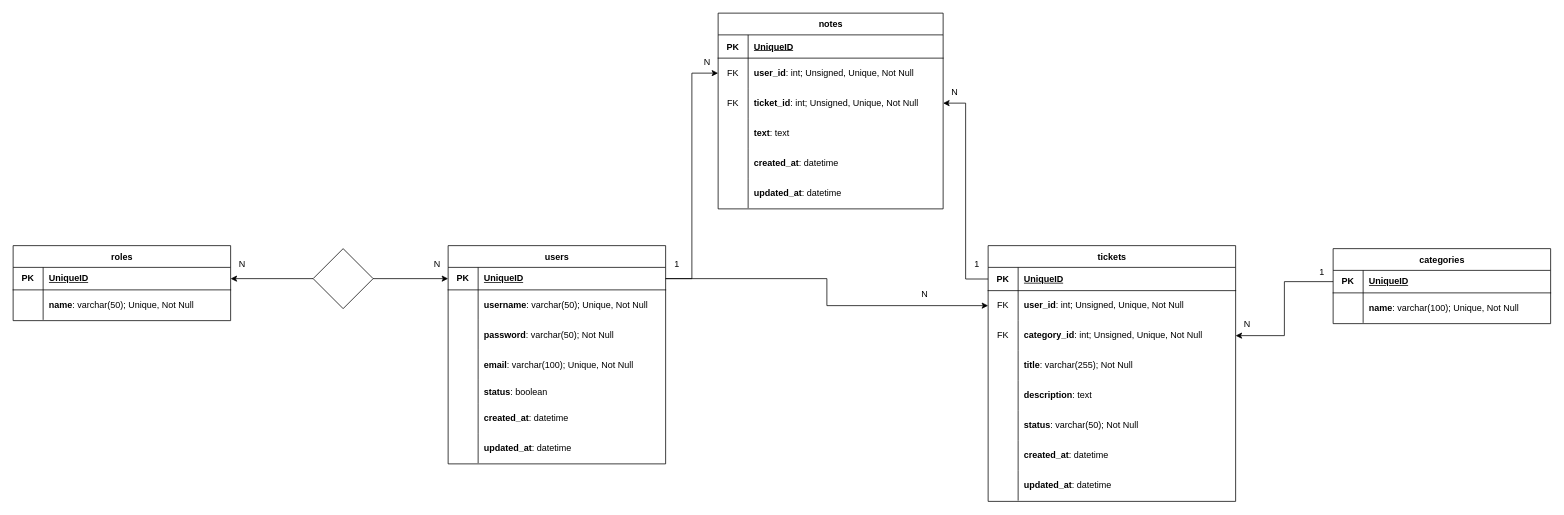
giogiosgr/ticket-platform keeps this draw.io diagram as ticket-platform.drawio. Above is the earlier version. Source tidied: cells renumbered, new cells numbered last; positions are measured from the earlier drawing's top-left corner, leaving out a move shared by most shapes. Both pictures are drawn from the tidied source at 75%, with x=0, y=0 at pixel (13, 13).
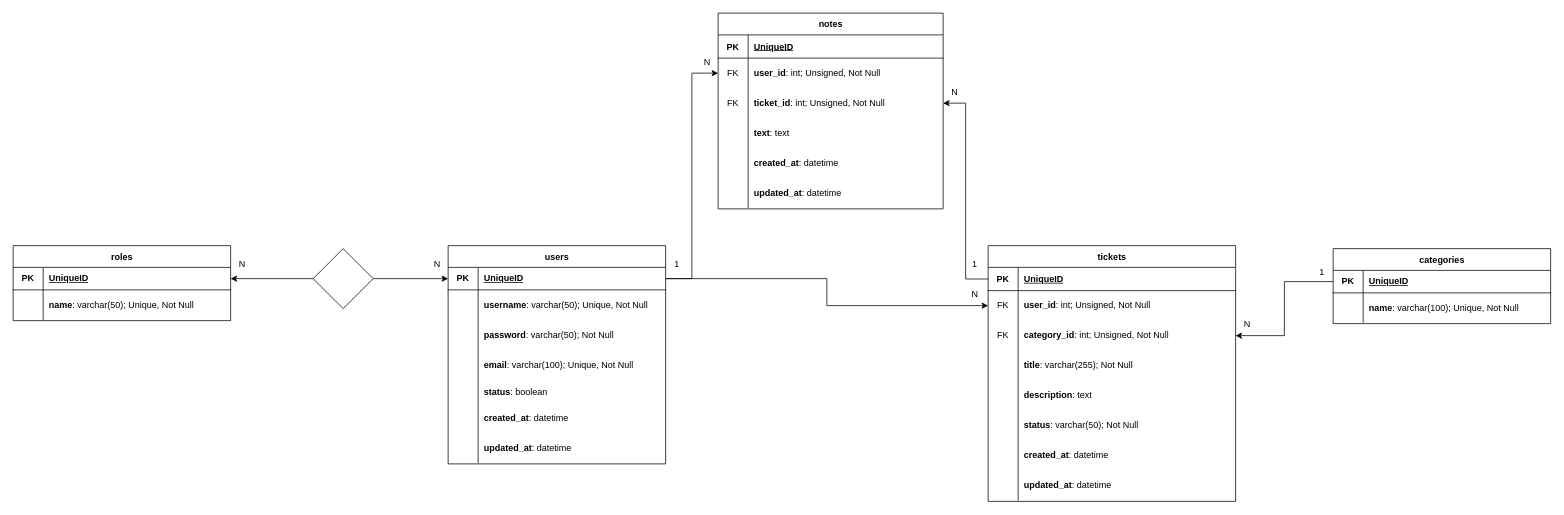
After the change.

Unchanged cells that the change refers to:
```xml
<mxCell id="28" style="shape=tableRow;horizontal=0;startSize=0;swimlaneHead=0;swimlaneBody=0;fillColor=none;points=[[0,0.5],[1,0.5]];portConstraint=eastwest;top=0;left=0;right=0;bottom=0;" parent="24" vertex="1">
  <mxGeometry y="60" width="330" height="40" as="geometry" />
</mxCell>
<mxCell id="31" style="shape=tableRow;horizontal=0;startSize=0;swimlaneHead=0;swimlaneBody=0;fillColor=none;points=[[0,0.5],[1,0.5]];portConstraint=eastwest;top=0;left=0;right=0;bottom=0;" parent="24" vertex="1">
  <mxGeometry y="100" width="330" height="40" as="geometry" />
</mxCell>
<mxCell id="56" style="shape=tableRow;horizontal=0;startSize=0;swimlaneHead=0;swimlaneBody=0;fillColor=none;points=[[0,0.5],[1,0.5]];portConstraint=eastwest;top=0;left=0;right=0;bottom=0;" parent="52" vertex="1">
  <mxGeometry y="60" width="300" height="40" as="geometry" />
</mxCell>
<mxCell id="59" style="shape=tableRow;horizontal=0;startSize=0;swimlaneHead=0;swimlaneBody=0;fillColor=none;points=[[0,0.5],[1,0.5]];portConstraint=eastwest;top=0;left=0;right=0;bottom=0;" parent="52" vertex="1">
  <mxGeometry y="100" width="300" height="40" as="geometry" />
</mxCell>
```

What changed in the source:
```diff
@@
-    <mxCell id="30" value="&lt;b&gt;user_id&lt;/b&gt;: int; Unsigned, Unique, Not Null&lt;b&gt;&amp;nbsp;&lt;/b&gt;" style="shape=partialRectangle;fillColor=none;top=0;left=0;bottom=0;right=0;align=left;spacingLeft=6;overflow=hidden;whiteSpace=wrap;html=1;" parent="28" vertex="1">
+    <mxCell id="30" value="&lt;b&gt;user_id&lt;/b&gt;: int; Unsigned, Not Null&lt;b&gt;&amp;nbsp;&lt;/b&gt;" style="shape=partialRectangle;fillColor=none;top=0;left=0;bottom=0;right=0;align=left;spacingLeft=6;overflow=hidden;whiteSpace=wrap;html=1;" parent="28" vertex="1">
       <mxGeometry x="40" width="290" height="40" as="geometry" />
     </mxCell>
@@
-    <mxCell id="33" value="&lt;b&gt;category_id&lt;/b&gt;: int; Unsigned, Unique, Not Null" style="shape=partialRectangle;fillColor=none;top=0;left=0;bottom=0;right=0;align=left;spacingLeft=6;overflow=hidden;whiteSpace=wrap;html=1;" parent="31" vertex="1">
+    <mxCell id="33" value="&lt;b&gt;category_id&lt;/b&gt;: int; Unsigned, Not Null" style="shape=partialRectangle;fillColor=none;top=0;left=0;bottom=0;right=0;align=left;spacingLeft=6;overflow=hidden;whiteSpace=wrap;html=1;" parent="31" vertex="1">
       <mxGeometry x="40" width="290" height="40" as="geometry" />
     </mxCell>
@@
     <mxCell id="51" value="N" style="text;html=1;align=center;verticalAlign=middle;strokeColor=none;fillColor=none;" parent="1" vertex="1">
-      <mxGeometry x="1200" y="360" width="30" height="30" as="geometry" />
+      <mxGeometry x="1267" y="360" width="30" height="30" as="geometry" />
     </mxCell>
@@
-    <mxCell id="58" value="&lt;b&gt;user_id&lt;/b&gt;: int; Unsigned, Unique, Not Null&lt;b&gt;&amp;nbsp;&lt;/b&gt;" style="shape=partialRectangle;fillColor=none;top=0;left=0;bottom=0;right=0;align=left;spacingLeft=6;overflow=hidden;whiteSpace=wrap;html=1;" parent="56" vertex="1">
+    <mxCell id="58" value="&lt;b&gt;user_id&lt;/b&gt;: int; Unsigned, Not Null&lt;b&gt;&amp;nbsp;&lt;/b&gt;" style="shape=partialRectangle;fillColor=none;top=0;left=0;bottom=0;right=0;align=left;spacingLeft=6;overflow=hidden;whiteSpace=wrap;html=1;" parent="56" vertex="1">
       <mxGeometry x="40" width="260" height="40" as="geometry" />
     </mxCell>
@@
-    <mxCell id="61" value="&lt;b&gt;ticket_id&lt;/b&gt;: int; Unsigned, Unique, Not Null&lt;b&gt;&amp;nbsp;&lt;/b&gt;" style="shape=partialRectangle;fillColor=none;top=0;left=0;bottom=0;right=0;align=left;spacingLeft=6;overflow=hidden;whiteSpace=wrap;html=1;" parent="59" vertex="1">
+    <mxCell id="61" value="&lt;b&gt;ticket_id&lt;/b&gt;: int; Unsigned, Not Null&lt;b&gt;&amp;nbsp;&lt;/b&gt;" style="shape=partialRectangle;fillColor=none;top=0;left=0;bottom=0;right=0;align=left;spacingLeft=6;overflow=hidden;whiteSpace=wrap;html=1;" parent="59" vertex="1">
       <mxGeometry x="40" width="260" height="40" as="geometry" />
     </mxCell>
@@
     <mxCell id="71" value="1" style="text;html=1;align=center;verticalAlign=middle;strokeColor=none;fillColor=none;" parent="1" vertex="1">
-      <mxGeometry x="1270" y="320" width="30" height="30" as="geometry" />
+      <mxGeometry x="1267" y="320" width="30" height="30" as="geometry" />
     </mxCell>
```
